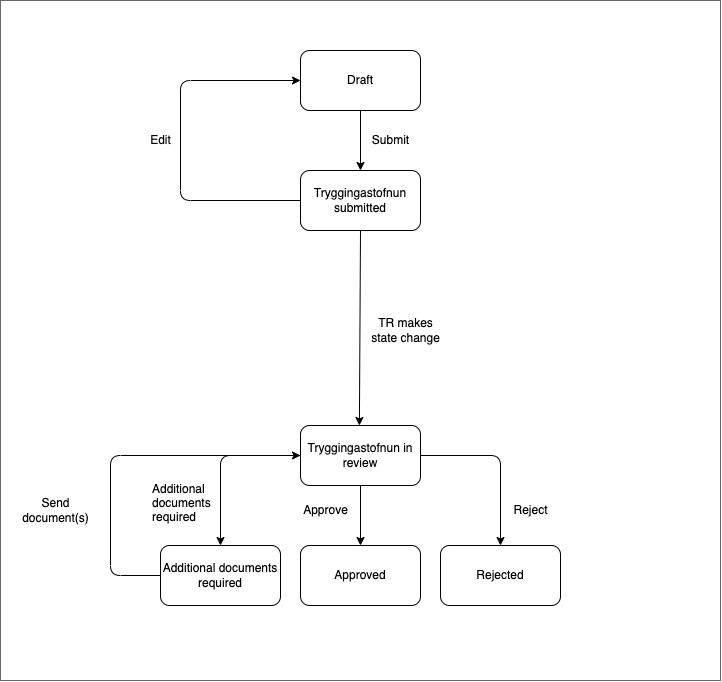
Earlier version of the draw.io export libs/application/templates/social-insurance-administration/household-supplement/assets/household-supplement-flow-chart.png (island-is/island.is). Source tidied: cells renumbered, new cells last; positions are measured from the earlier drawing's top-left corner, leaving out a move shared by most shapes.
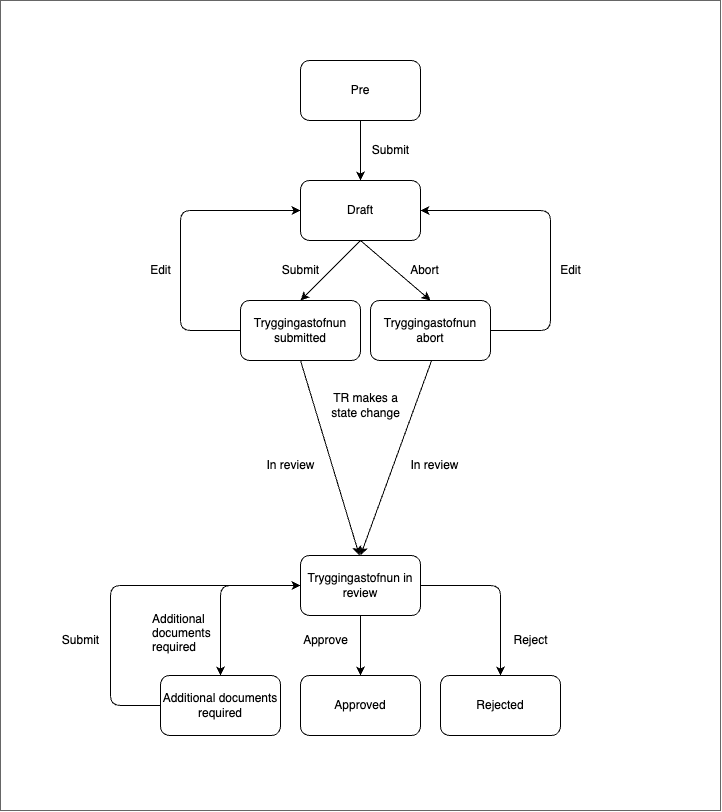
Above is the later version.

What changed in the source:
```diff
@@ -2,27 +2,24 @@
   <root>
     <mxCell id="0" />
     <mxCell id="1" parent="0" />
-    <mxCell id="2" style="whiteSpace=wrap;html=1;fillColor=#FFFFFF;gradientColor=none;strokeColor=#666666;" parent="1" vertex="1">
-      <mxGeometry width="720" height="680" as="geometry" />
-    </mxCell>
+    <mxCell id="22" style="whiteSpace=wrap;html=1;fillColor=#FFFFFF;gradientColor=none;strokeColor=#666666;" parent="1" vertex="1">
+      <mxGeometry y="-130" width="720" height="810" as="geometry" />
+    </mxCell>
-    <mxCell id="3" value="&lt;font color=&quot;#000000&quot;&gt;Draft&lt;/font&gt;" style="rounded=1;whiteSpace=wrap;html=1;fillColor=#FFFFFF;strokeColor=#000000;" parent="1" vertex="1">
+    <mxCell id="3" value="Draft" style="rounded=1;whiteSpace=wrap;html=1;" parent="1" vertex="1">
       <mxGeometry x="300" y="50" width="120" height="60" as="geometry" />
     </mxCell>
-    <mxCell id="4" value="&lt;font color=&quot;#000000&quot;&gt;Tryggingastofnun submitted&lt;/font&gt;" style="rounded=1;whiteSpace=wrap;html=1;fillColor=#FFFFFF;strokeColor=#000000;" parent="1" vertex="1">
-      <mxGeometry x="300" y="170" width="120" height="60" as="geometry" />
+    <mxCell id="4" value="Tryggingastofnun submitted" style="rounded=1;whiteSpace=wrap;html=1;" parent="1" vertex="1">
+      <mxGeometry x="240" y="170" width="120" height="60" as="geometry" />
     </mxCell>
-    <mxCell id="5" value="&lt;font color=&quot;#000000&quot;&gt;Tryggingastofnun in review&lt;/font&gt;" style="rounded=1;whiteSpace=wrap;html=1;fillColor=#FFFFFF;strokeColor=#000000;" parent="1" vertex="1">
+    <mxCell id="5" value="Tryggingastofnun in review" style="rounded=1;whiteSpace=wrap;html=1;" parent="1" vertex="1">
       <mxGeometry x="300" y="425" width="120" height="60" as="geometry" />
     </mxCell>
-    <mxCell id="6" value="&lt;font color=&quot;#000000&quot;&gt;Additional documents required&lt;/font&gt;" style="rounded=1;whiteSpace=wrap;html=1;fillColor=#FFFFFF;strokeColor=#000000;" parent="1" vertex="1">
+    <mxCell id="6" value="Additional documents required" style="rounded=1;whiteSpace=wrap;html=1;" parent="1" vertex="1">
       <mxGeometry x="160" y="545" width="120" height="60" as="geometry" />
     </mxCell>
-    <mxCell id="7" value="&lt;font color=&quot;#000000&quot;&gt;Approved&lt;/font&gt;" style="rounded=1;whiteSpace=wrap;html=1;fillColor=#FFFFFF;strokeColor=#000000;" parent="1" vertex="1">
+    <mxCell id="7" value="Approved" style="rounded=1;whiteSpace=wrap;html=1;" parent="1" vertex="1">
       <mxGeometry x="300" y="545" width="120" height="60" as="geometry" />
     </mxCell>
-    <mxCell id="8" style="endArrow=classic;html=1;entryX=0.5;entryY=0;entryDx=0;entryDy=0;exitX=0.5;exitY=1;exitDx=0;exitDy=0;fontColor=#FFFFFF;strokeColor=#000000;" parent="1" edge="1" source="3" target="4">
-      <mxGeometry relative="1" as="geometry" />
-    </mxCell>
     <mxCell id="9" style="endArrow=classic;html=1;exitX=0;exitY=0.5;exitDx=0;exitDy=0;fontColor=#FFFFFF;strokeColor=#000000;entryX=0.5;entryY=0;entryDx=0;entryDy=0;" parent="1" edge="1" source="5" target="6">
       <mxGeometry relative="1" as="geometry">
         <Array as="points">
@@ -38,38 +35,36 @@
         </Array>
       </mxGeometry>
     </mxCell>
-    <mxCell id="11" style="endArrow=classic;html=1;exitX=0;exitY=0.5;exitDx=0;exitDy=0;fontColor=#FFFFFF;strokeColor=#000000;entryX=0;entryY=0.5;entryDx=0;entryDy=0;" parent="1" edge="1" source="4" target="3">
-      <mxGeometry relative="1" as="geometry">
-        <Array as="points">
-          <mxPoint x="180" y="200" />
-          <mxPoint x="180" y="80" />
-        </Array>
-      </mxGeometry>
-    </mxCell>
+    <mxCell id="23" style="endArrow=classic;html=1;fontColor=#FFFFFF;strokeColor=#000000;entryX=0;entryY=0.5;entryDx=0;entryDy=0;" parent="1" edge="1" target="3">
+      <mxGeometry relative="1" as="geometry">
+        <mxPoint x="240" y="200" as="sourcePoint" />
+        <Array as="points">
+          <mxPoint x="180" y="200" />
+          <mxPoint x="180" y="80" />
+        </Array>
+      </mxGeometry>
+    </mxCell>
     <mxCell id="12" value="Edit" style="text;html=1;align=center;verticalAlign=middle;strokeColor=none;fillColor=none;fontColor=#000000;" parent="1" vertex="1">
       <mxGeometry x="140" y="125" width="40" height="30" as="geometry" />
     </mxCell>
     <mxCell id="13" value="Reject" style="text;html=1;align=center;verticalAlign=middle;strokeColor=none;fillColor=none;fontColor=#000000;" parent="1" vertex="1">
       <mxGeometry x="500" y="495" width="60" height="30" as="geometry" />
     </mxCell>
-    <mxCell id="14" value="Submit" style="text;html=1;align=center;verticalAlign=middle;strokeColor=none;fillColor=none;fontColor=#000000;" parent="1" vertex="1">
-      <mxGeometry x="360" y="125" width="60" height="30" as="geometry" />
-    </mxCell>
+    <mxCell id="24" value="Submit" style="text;html=1;align=center;verticalAlign=middle;strokeColor=none;fillColor=none;fontColor=#000000;" parent="1" vertex="1">
+      <mxGeometry x="270" y="125" width="60" height="30" as="geometry" />
+    </mxCell>
     <mxCell id="15" value="Additional&#10;documents &#10;required" style="text;fontColor=#000000;" parent="1" vertex="1">
       <mxGeometry x="150" y="475" width="65" height="50" as="geometry" />
     </mxCell>
     <mxCell id="16" value="Approve" style="text;html=1;align=center;verticalAlign=middle;strokeColor=none;fillColor=none;fontColor=#000000;" parent="1" vertex="1">
       <mxGeometry x="290" y="495" width="70" height="30" as="geometry" />
     </mxCell>
-    <mxCell id="17" value="Send &lt;br&gt;document(s)" style="text;html=1;align=center;verticalAlign=middle;strokeColor=none;fillColor=none;fontColor=#000000;" parent="1" vertex="1">
-      <mxGeometry x="10" y="490" width="90" height="40" as="geometry" />
-    </mxCell>
+    <mxCell id="25" value="Submit" style="text;html=1;align=center;verticalAlign=middle;strokeColor=none;fillColor=none;fontColor=#000000;" parent="1" vertex="1">
+      <mxGeometry x="50" y="495" width="60" height="30" as="geometry" />
+    </mxCell>
-    <mxCell id="18" value="&lt;font color=&quot;#000000&quot;&gt;Rejected&lt;/font&gt;" style="rounded=1;whiteSpace=wrap;html=1;fillColor=#FFFFFF;strokeColor=#000000;" parent="1" vertex="1">
+    <mxCell id="18" value="Rejected" style="rounded=1;whiteSpace=wrap;html=1;" parent="1" vertex="1">
       <mxGeometry x="440" y="545" width="120" height="60" as="geometry" />
     </mxCell>
-    <mxCell id="19" style="endArrow=classic;html=1;exitX=0.5;exitY=1;exitDx=0;exitDy=0;fontColor=#FFFFFF;strokeColor=#000000;entryX=0.5;entryY=0;entryDx=0;entryDy=0;" parent="1" edge="1" source="5" target="7">
-      <mxGeometry relative="1" as="geometry" />
-    </mxCell>
     <mxCell id="20" style="endArrow=classic;html=1;exitX=1;exitY=0.5;exitDx=0;exitDy=0;fontColor=#FFFFFF;strokeColor=#000000;entryX=0.5;entryY=0;entryDx=0;entryDy=0;" parent="1" edge="1" source="5" target="18">
       <mxGeometry relative="1" as="geometry">
         <Array as="points">
@@ -77,13 +72,70 @@
         </Array>
       </mxGeometry>
     </mxCell>
-    <mxCell id="21" value="TR makes &lt;br&gt;state change" style="text;html=1;align=center;verticalAlign=middle;strokeColor=none;fillColor=none;fontColor=#000000;" parent="1" vertex="1">
-      <mxGeometry x="360" y="310" width="90" height="40" as="geometry" />
-    </mxCell>
-    <mxCell id="22" style="endArrow=classic;html=1;fontColor=#FFFFFF;strokeColor=#000000;entryX=0.5;entryY=0;entryDx=0;entryDy=0;exitX=0.5;exitY=1;exitDx=0;exitDy=0;" parent="1" edge="1" source="4">
-      <mxGeometry relative="1" as="geometry">
-        <mxPoint x="358.9" y="425" as="targetPoint" />
-      </mxGeometry>
-    </mxCell>
+    <mxCell id="26" value="TR makes a&lt;br&gt;state change" style="text;html=1;align=center;verticalAlign=middle;strokeColor=none;fillColor=none;fontColor=#000000;" parent="1" vertex="1">
+      <mxGeometry x="320" y="255" width="90" height="40" as="geometry" />
+    </mxCell>
+    <mxCell id="27" style="endArrow=classic;html=1;fontColor=#FFFFFF;strokeColor=#000000;entryX=0.5;entryY=0;entryDx=0;entryDy=0;exitX=0.5;exitY=1;exitDx=0;exitDy=0;" parent="1" edge="1" source="4">
+      <mxGeometry relative="1" as="geometry">
+        <mxPoint x="358.9" y="425" as="targetPoint" />
+      </mxGeometry>
+    </mxCell>
+    <mxCell id="28" value="Pre" style="rounded=1;whiteSpace=wrap;html=1;" parent="1" vertex="1">
+      <mxGeometry x="300" y="-70" width="120" height="60" as="geometry" />
+    </mxCell>
+    <mxCell id="29" value="Submit" style="text;html=1;align=center;verticalAlign=middle;strokeColor=none;fillColor=none;fontColor=#000000;" parent="1" vertex="1">
+      <mxGeometry x="360" y="5" width="60" height="30" as="geometry" />
+    </mxCell>
+    <mxCell id="30" value="Tryggingastofnun abort" style="rounded=1;whiteSpace=wrap;html=1;" parent="1" vertex="1">
+      <mxGeometry x="370" y="170" width="120" height="60" as="geometry" />
+    </mxCell>
+    <mxCell id="31" style="endArrow=classic;html=1;fontColor=#FFFFFF;strokeColor=#000000;exitX=1;exitY=0.5;exitDx=0;exitDy=0;" parent="1" edge="1" source="30" target="3">
+      <mxGeometry relative="1" as="geometry">
+        <Array as="points">
+          <mxPoint x="550" y="200" />
+          <mxPoint x="550" y="80" />
+        </Array>
+      </mxGeometry>
+    </mxCell>
+    <mxCell id="32" value="Edit" style="text;html=1;align=center;verticalAlign=middle;strokeColor=none;fillColor=none;fontColor=#000000;" parent="1" vertex="1">
+      <mxGeometry x="550" y="125" width="40" height="30" as="geometry" />
+    </mxCell>
+    <mxCell id="33" style="endArrow=classic;html=1;fontColor=#FFFFFF;strokeColor=#000000;entryX=0.5;entryY=0;entryDx=0;entryDy=0;exitX=0.5;exitY=1;exitDx=0;exitDy=0;" parent="1" edge="1" target="5">
+      <mxGeometry relative="1" as="geometry">
+        <mxPoint x="431.1" y="230" as="sourcePoint" />
+      </mxGeometry>
+    </mxCell>
+    <mxCell id="34" value="In review" style="text;html=1;align=center;verticalAlign=middle;strokeColor=none;fillColor=none;fontColor=#000000;" parent="1" vertex="1">
+      <mxGeometry x="255" y="320" width="70" height="30" as="geometry" />
+    </mxCell>
+    <mxCell id="35" value="In review" style="text;html=1;align=center;verticalAlign=middle;strokeColor=none;fillColor=none;fontColor=#000000;" parent="1" vertex="1">
+      <mxGeometry x="399" y="320" width="70" height="30" as="geometry" />
+    </mxCell>
+    <mxCell id="36" style="endArrow=classic;html=1;entryX=0.5;entryY=0;entryDx=0;entryDy=0;exitX=0.5;exitY=1;exitDx=0;exitDy=0;fontColor=#FFFFFF;strokeColor=#000000;" parent="1" edge="1">
+      <mxGeometry relative="1" as="geometry">
+        <mxPoint x="360" y="-10" as="sourcePoint" />
+        <mxPoint x="360" y="50" as="targetPoint" />
+      </mxGeometry>
+    </mxCell>
+    <mxCell id="37" style="endArrow=classic;html=1;entryX=0.5;entryY=0;entryDx=0;entryDy=0;exitX=0.5;exitY=1;exitDx=0;exitDy=0;fontColor=#FFFFFF;strokeColor=#000000;" parent="1" edge="1">
+      <mxGeometry relative="1" as="geometry">
+        <mxPoint x="360" y="110" as="sourcePoint" />
+        <mxPoint x="430" y="170" as="targetPoint" />
+      </mxGeometry>
+    </mxCell>
+    <mxCell id="38" value="Abort" style="text;html=1;align=center;verticalAlign=middle;strokeColor=none;fillColor=none;fontColor=#000000;" parent="1" vertex="1">
+      <mxGeometry x="399" y="125" width="50" height="30" as="geometry" />
+    </mxCell>
+    <mxCell id="39" style="endArrow=classic;html=1;entryX=0.5;entryY=0;entryDx=0;entryDy=0;exitX=0.5;exitY=1;exitDx=0;exitDy=0;fontColor=#FFFFFF;strokeColor=#000000;" parent="1" edge="1">
+      <mxGeometry relative="1" as="geometry">
+        <mxPoint x="360" y="110" as="sourcePoint" />
+        <mxPoint x="300" y="170" as="targetPoint" />
+      </mxGeometry>
+    </mxCell>
+    <mxCell id="40" style="endArrow=classic;html=1;exitX=1;exitY=0.5;exitDx=0;exitDy=0;fontColor=#FFFFFF;strokeColor=#000000;entryX=0.5;entryY=0;entryDx=0;entryDy=0;" parent="1" edge="1" target="7">
+      <mxGeometry relative="1" as="geometry">
+        <mxPoint x="360" y="485" as="sourcePoint" />
+      </mxGeometry>
+    </mxCell>
   </root>
 </mxGraphModel>
```
